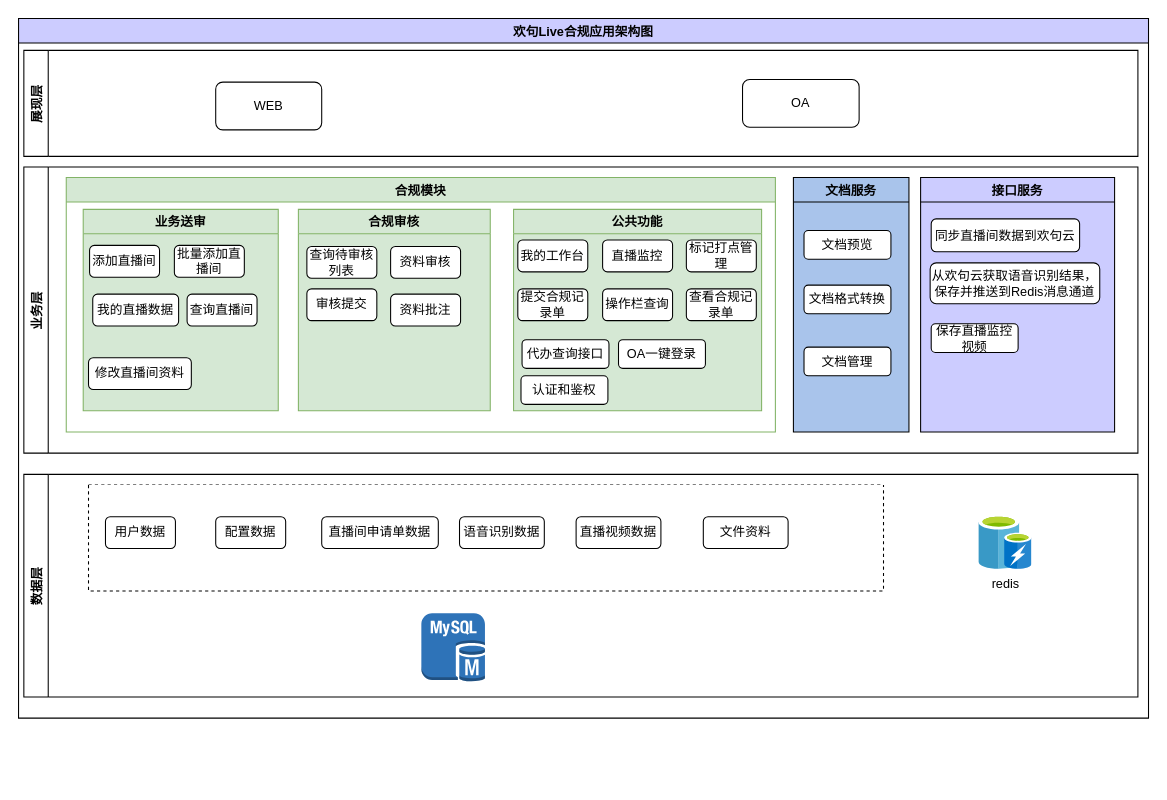
The draw.io diagram zhaoshang-application.drawio in liufbox/doc, before the edit. Source tidied: cells renumbered, new cells numbered last; positions are measured from the earlier drawing's top-left corner, leaving out a move shared by most shapes. Both pictures are drawn from the tidied source at 106%, with x=0, y=0 at pixel (18, 18).
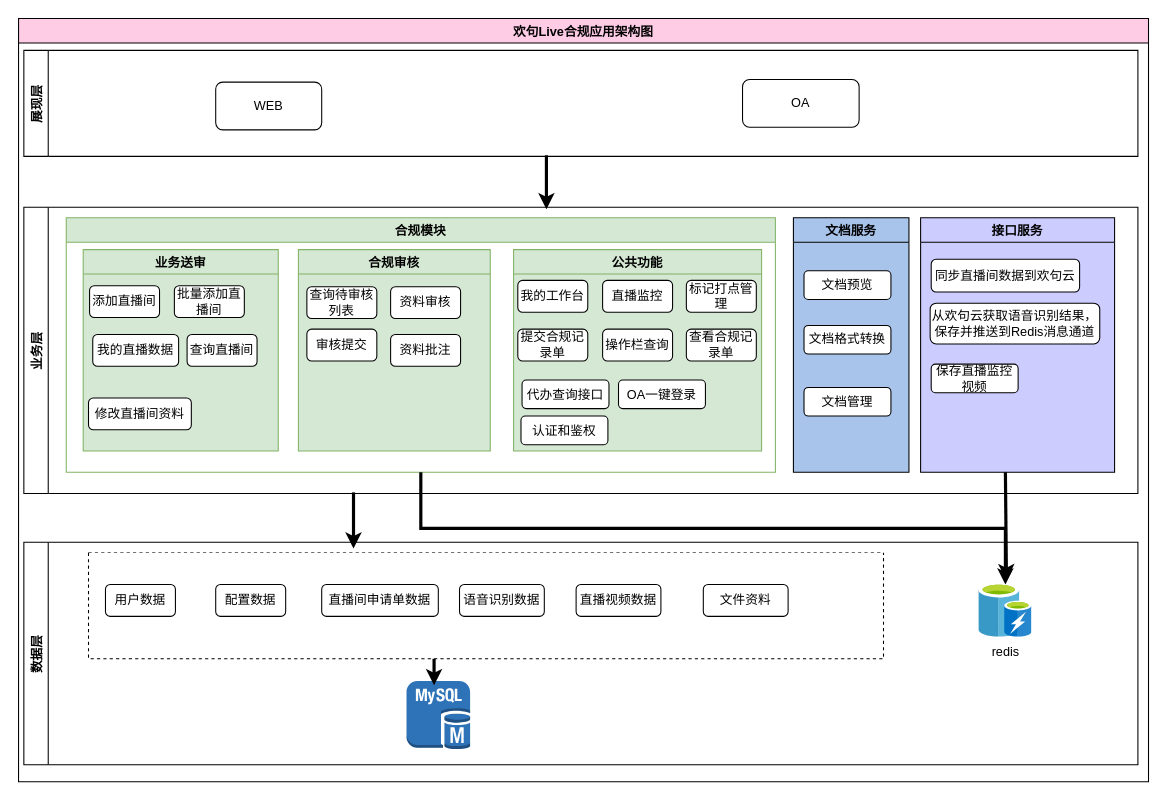
The same diagram, later.

Unchanged cells that the change refers to:
```xml
<mxCell id="7" value="合规模块" style="swimlane;fillColor=#d5e8d4;strokeColor=#82b366;" parent="6" vertex="1">
  <mxGeometry x="40" y="10" width="669" height="240" as="geometry" />
</mxCell>
<mxCell id="38" value="redis&lt;br&gt;" style="sketch=0;html=1;points=[];align=center;image;fontSize=12;image=img/lib/mscae/Cache_including_Redis.svg;" parent="37" vertex="1">
  <mxGeometry x="901" y="40" width="50" height="50" as="geometry" />
</mxCell>
```

What changed in the source:
```diff
@@
-    <mxCell id="2" value="欢句Live合规应用架构图" style="swimlane;fillColor=#CCCCFF;" parent="1" vertex="1">
-      <mxGeometry width="1066" height="660" as="geometry" />
+    <mxCell id="2" value="欢句Live合规应用架构图" style="swimlane;fillColor=#FFCCE6;" parent="1" vertex="1">
+      <mxGeometry width="1066" height="720" as="geometry" />
     </mxCell>
+    <mxCell id="47" style="endArrow=classic;html=1;rounded=0;strokeColor=#000000;strokeWidth=3;elbow=vertical;" parent="2" edge="1">
+      <mxGeometry relative="1" as="geometry">
+        <mxPoint x="498" y="129" as="sourcePoint" />
+        <mxPoint x="498" y="180" as="targetPoint" />
+      </mxGeometry>
+    </mxCell>
+    <mxCell id="48" style="endArrow=classic;html=1;rounded=0;strokeColor=#000000;strokeWidth=3;elbow=vertical;" parent="2" edge="1">
+      <mxGeometry relative="1" as="geometry">
+        <mxPoint x="316" y="447" as="sourcePoint" />
+        <mxPoint x="316" y="500" as="targetPoint" />
+      </mxGeometry>
+    </mxCell>
@@
     <mxCell id="6" value="业务层" style="swimlane;horizontal=0;" parent="1" vertex="1">
-      <mxGeometry x="5" y="140" width="1051" height="270" as="geometry" />
+      <mxGeometry x="5" y="178" width="1051" height="270" as="geometry" />
     </mxCell>
@@
+    <mxCell id="49" style="group;" parent="1" vertex="1">
+      <mxGeometry x="5" y="494" width="1051" height="210" as="geometry" />
+    </mxCell>
-    <mxCell id="37" value="数据层" style="swimlane;horizontal=0;" parent="1" vertex="1">
-      <mxGeometry x="5" y="430" width="1051" height="210" as="geometry" />
+    <mxCell id="37" value="数据层" style="swimlane;horizontal=0;" parent="49" vertex="1">
+      <mxGeometry width="1051" height="210" as="geometry" />
     </mxCell>
@@
-    <mxCell id="39" style="dashed=0;verticalLabelPosition=bottom;verticalAlign=top;align=center;html=1;shape=mxgraph.aws3.mysql_db_instance;fillColor=#2E73B8;gradientColor=none;" parent="37" vertex="1">
-      <mxGeometry x="375" y="131" width="60" height="64.5" as="geometry" />
-    </mxCell>
-    <mxCell id="40" style="swimlane;startSize=0;dashed=1;swimlaneFillColor=#FFFFFF;" parent="1" vertex="1">
-      <mxGeometry x="66" y="440" width="750" height="100" as="geometry" />
+    <mxCell id="40" style="swimlane;startSize=0;dashed=1;swimlaneFillColor=#FFFFFF;" parent="49" vertex="1">
+      <mxGeometry x="61" y="10" width="750" height="100" as="geometry" />
     </mxCell>
-    <mxCell id="41" value="用户数据" style="rounded=1;whiteSpace=wrap;html=1;" parent="1" vertex="1">
-      <mxGeometry x="82" y="470" width="66" height="30" as="geometry" />
+    <mxCell id="41" value="用户数据" style="rounded=1;whiteSpace=wrap;html=1;" parent="49" vertex="1">
+      <mxGeometry x="77" y="40" width="66" height="30" as="geometry" />
     </mxCell>
-    <mxCell id="42" value="配置数据" style="rounded=1;whiteSpace=wrap;html=1;" parent="1" vertex="1">
-      <mxGeometry x="186" y="470" width="66" height="30" as="geometry" />
+    <mxCell id="42" value="配置数据" style="rounded=1;whiteSpace=wrap;html=1;" parent="49" vertex="1">
+      <mxGeometry x="181" y="40" width="66" height="30" as="geometry" />
     </mxCell>
-    <mxCell id="43" value="直播间申请单数据" style="rounded=1;whiteSpace=wrap;html=1;" parent="1" vertex="1">
-      <mxGeometry x="286" y="470" width="110" height="30" as="geometry" />
+    <mxCell id="43" value="直播间申请单数据" style="rounded=1;whiteSpace=wrap;html=1;" parent="49" vertex="1">
+      <mxGeometry x="281" y="40" width="110" height="30" as="geometry" />
     </mxCell>
-    <mxCell id="44" value="语音识别数据" style="rounded=1;whiteSpace=wrap;html=1;" parent="1" vertex="1">
-      <mxGeometry x="416" y="470" width="80" height="30" as="geometry" />
+    <mxCell id="44" value="语音识别数据" style="rounded=1;whiteSpace=wrap;html=1;" parent="49" vertex="1">
+      <mxGeometry x="411" y="40" width="80" height="30" as="geometry" />
     </mxCell>
-    <mxCell id="45" value="直播视频数据" style="rounded=1;whiteSpace=wrap;html=1;" parent="1" vertex="1">
-      <mxGeometry x="526" y="470" width="80" height="30" as="geometry" />
+    <mxCell id="45" value="直播视频数据" style="rounded=1;whiteSpace=wrap;html=1;" parent="49" vertex="1">
+      <mxGeometry x="521" y="40" width="80" height="30" as="geometry" />
     </mxCell>
-    <mxCell id="46" value="文件资料" style="rounded=1;whiteSpace=wrap;html=1;" parent="1" vertex="1">
-      <mxGeometry x="646" y="470" width="80" height="30" as="geometry" />
+    <mxCell id="46" value="文件资料" style="rounded=1;whiteSpace=wrap;html=1;" parent="49" vertex="1">
+      <mxGeometry x="641" y="40" width="80" height="30" as="geometry" />
     </mxCell>
+    <mxCell id="39" style="dashed=0;verticalLabelPosition=bottom;verticalAlign=top;align=center;html=1;shape=mxgraph.aws3.mysql_db_instance;fillColor=#2E73B8;gradientColor=none;" parent="49" vertex="1">
+      <mxGeometry x="361" y="131" width="60" height="64.5" as="geometry" />
+    </mxCell>
+    <mxCell id="50" style="endArrow=classic;html=1;rounded=0;exitX=0.5;exitY=1;exitDx=0;exitDy=0;edgeStyle=elbowEdgeStyle;elbow=vertical;strokeWidth=3;" parent="1" edge="1" source="7" target="38">
+      <mxGeometry relative="1" as="geometry" />
+    </mxCell>
+    <mxCell id="51" style="endArrow=classic;html=1;rounded=0;elbow=vertical;strokeWidth=3;" parent="1" edge="1">
+      <mxGeometry relative="1" as="geometry">
+        <mxPoint x="931" y="428" as="sourcePoint" />
+        <mxPoint x="932" y="530" as="targetPoint" />
+      </mxGeometry>
+    </mxCell>
+    <mxCell id="52" style="endArrow=classic;html=1;rounded=0;strokeColor=#000000;strokeWidth=3;elbow=vertical;" parent="1" edge="1">
+      <mxGeometry relative="1" as="geometry">
+        <mxPoint x="392" y="604" as="sourcePoint" />
+        <mxPoint x="392" y="629" as="targetPoint" />
+      </mxGeometry>
+    </mxCell>
```
